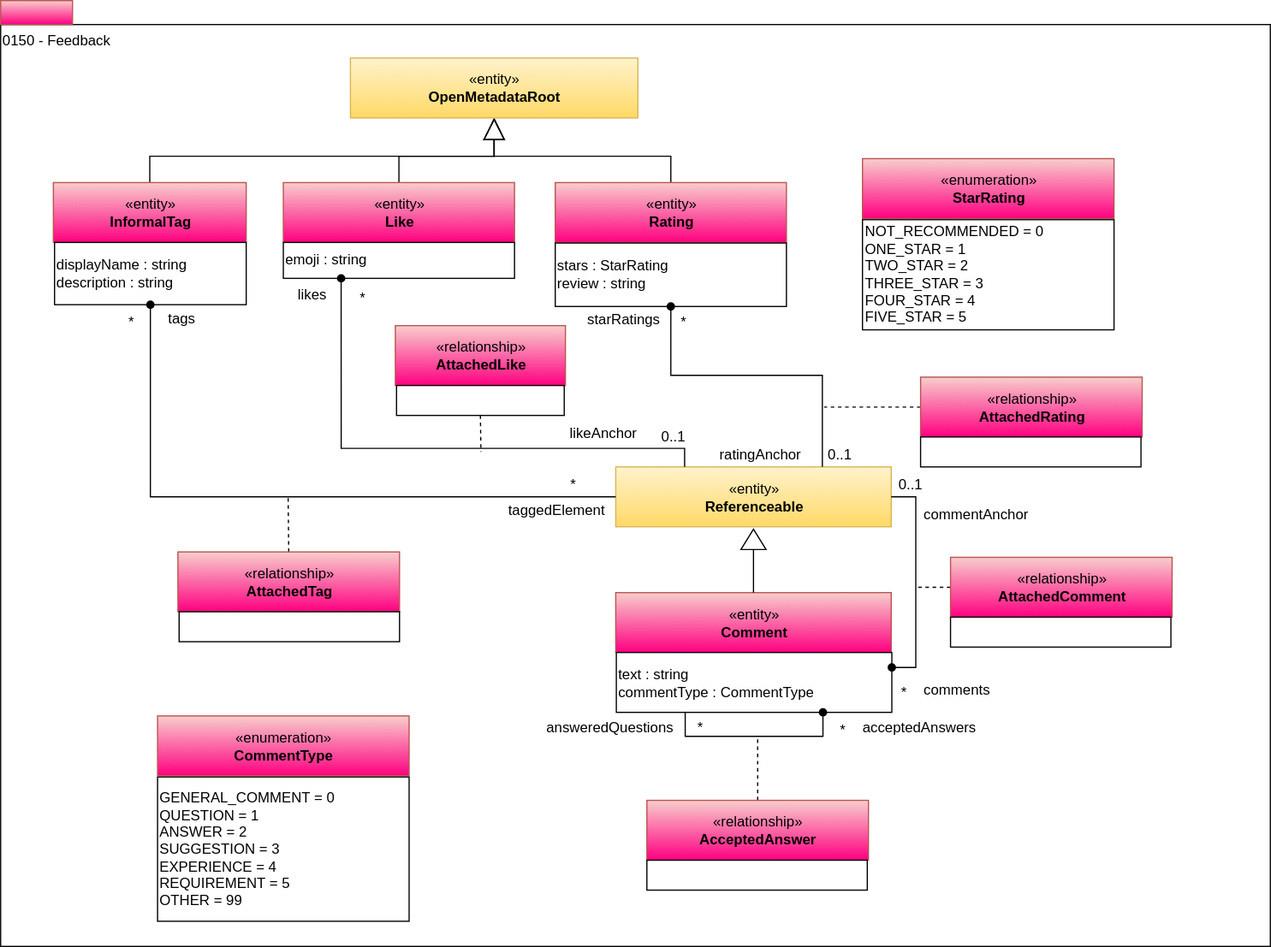
Above: site/docs/types/1/0150-Feedback.svg in odpi/egeria-docs (draw.io), before the change. Source tidied: cells renumbered, new cells last; positions are measured from the earlier drawing's top-left corner, leaving out a move shared by most shapes.
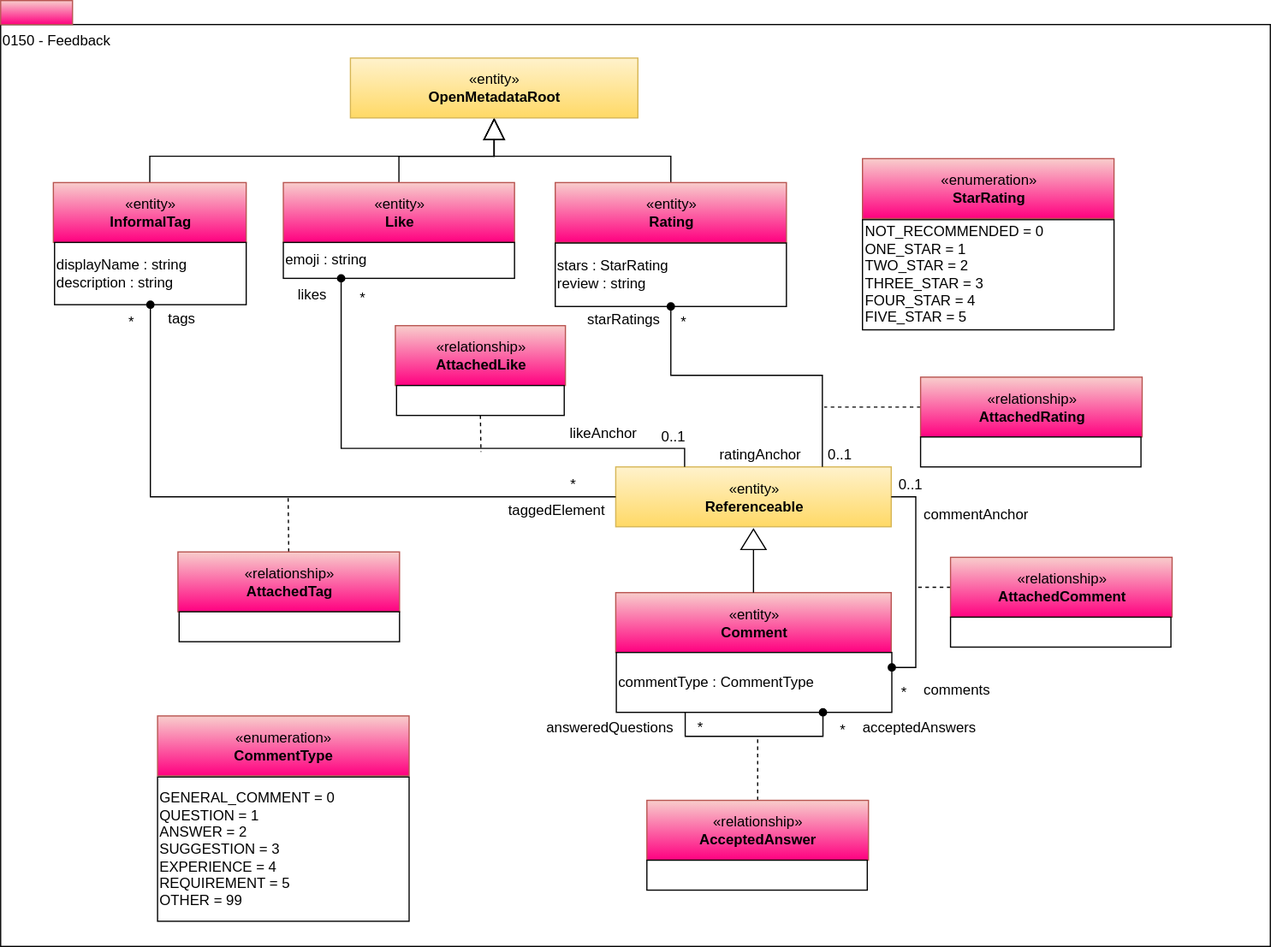
Above is the later version.

The edit, as a diff of the source:
```diff
@@ -11,7 +11,7 @@
     <mxCell id="4" style="html=1;strokeColor=#b85450;align=center;fillColor=#f8cecc;gradientColor=#FF0080;" parent="1" vertex="1">
       <mxGeometry width="60" height="20" as="geometry" />
     </mxCell>
-    <mxCell id="5" value="text : string&lt;br&gt;commentType : CommentType" style="rounded=0;whiteSpace=wrap;html=1;align=left;" parent="1" vertex="1">
+    <mxCell id="5" value="commentType : CommentType" style="rounded=0;whiteSpace=wrap;html=1;align=left;" parent="1" vertex="1">
       <mxGeometry x="514" y="544.5" width="230" height="50" as="geometry" />
     </mxCell>
     <mxCell id="6" style="edgeStyle=orthogonalEdgeStyle;rounded=0;html=1;exitX=0;exitY=0.5;entryX=0.5;entryY=0;jettySize=auto;endArrow=none;endFill=0;" parent="1" edge="1" source="7" target="3">
```
